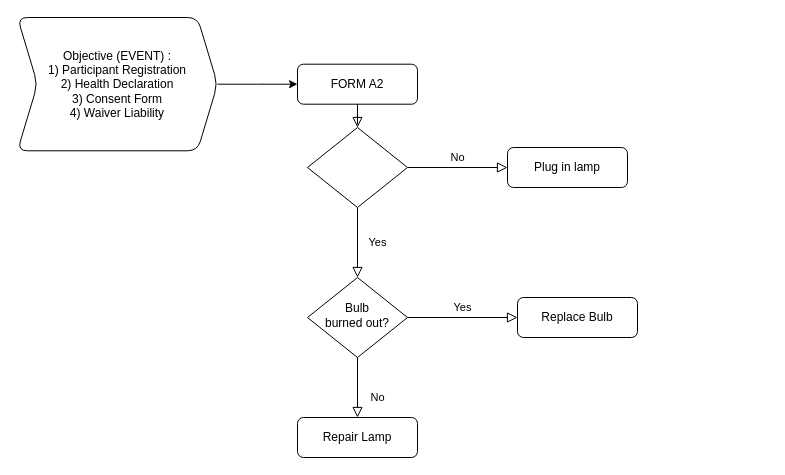
Earlier version of the draw.io diagram Untitled Diagram.drawio (afirdaus04/REACHflowchart). Source tidied: cells renumbered, new cells numbered last; positions are measured from the earlier drawing's top-left corner, leaving out a move shared by most shapes. Both pictures are drawn from the tidied source at 100%, with x=0, y=0 at pixel (17, 17).
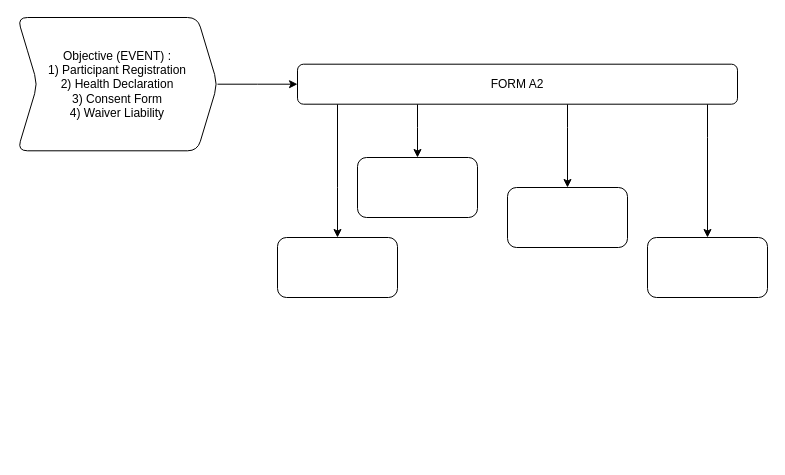
Above is the later version.

Change to the diagram source:
```diff
@@
 <mxGraphModel>
   <root>
     <mxCell id="0" />
     <mxCell id="1" parent="0" />
-    <mxCell id="2" style="rounded=0;html=1;jettySize=auto;fontSize=11;endArrow=block;endFill=0;endSize=8;strokeWidth=1;shadow=0;labelBackgroundColor=none;edgeStyle=orthogonalEdgeStyle;" parent="1" edge="1" source="3" target="6">
-      <mxGeometry relative="1" as="geometry" />
-    </mxCell>
+    <mxCell id="15" style="edgeStyle=orthogonalEdgeStyle;rounded=0;jettySize=auto;html=1;entryX=0.5;entryY=0;entryDx=0;entryDy=0;" parent="1" edge="1" source="3" target="19">
+      <mxGeometry relative="1" as="geometry">
+        <Array as="points">
+          <mxPoint x="320" y="170" />
+          <mxPoint x="320" y="170" />
+        </Array>
+      </mxGeometry>
+    </mxCell>
+    <mxCell id="16" style="edgeStyle=orthogonalEdgeStyle;rounded=0;jettySize=auto;html=1;entryX=0.5;entryY=0;entryDx=0;entryDy=0;" parent="1" edge="1" source="3" target="20">
+      <mxGeometry relative="1" as="geometry">
+        <Array as="points">
+          <mxPoint x="400" y="110" />
+          <mxPoint x="400" y="110" />
+        </Array>
+      </mxGeometry>
+    </mxCell>
+    <mxCell id="17" style="edgeStyle=orthogonalEdgeStyle;rounded=0;jettySize=auto;html=1;entryX=0.5;entryY=0;entryDx=0;entryDy=0;" parent="1" edge="1" source="3" target="21">
+      <mxGeometry relative="1" as="geometry">
+        <Array as="points">
+          <mxPoint x="690" y="120" />
+          <mxPoint x="690" y="120" />
+        </Array>
+      </mxGeometry>
+    </mxCell>
+    <mxCell id="18" style="edgeStyle=orthogonalEdgeStyle;rounded=0;jettySize=auto;html=1;" parent="1" edge="1" source="3" target="22">
+      <mxGeometry relative="1" as="geometry">
+        <Array as="points">
+          <mxPoint x="550" y="110" />
+          <mxPoint x="550" y="110" />
+        </Array>
+      </mxGeometry>
+    </mxCell>
     <mxCell id="3" value="FORM A2" style="rounded=1;whiteSpace=wrap;html=1;fontSize=12;glass=0;strokeWidth=1;shadow=0;" parent="1" vertex="1">
-      <mxGeometry x="280" y="46.7" width="120" height="40" as="geometry" />
+      <mxGeometry x="280" y="46.7" width="440" height="40" as="geometry" />
     </mxCell>
-    <mxCell id="4" value="Yes" style="rounded=0;html=1;jettySize=auto;fontSize=11;endArrow=block;endFill=0;endSize=8;strokeWidth=1;shadow=0;labelBackgroundColor=none;edgeStyle=orthogonalEdgeStyle;" parent="1" edge="1" source="6" target="10">
-      <mxGeometry y="20" relative="1" as="geometry" />
-    </mxCell>
-    <mxCell id="5" value="No" style="edgeStyle=orthogonalEdgeStyle;rounded=0;html=1;jettySize=auto;fontSize=11;endArrow=block;endFill=0;endSize=8;strokeWidth=1;shadow=0;labelBackgroundColor=none;" parent="1" edge="1" source="6" target="7">
-      <mxGeometry y="10" relative="1" as="geometry" />
-    </mxCell>
-    <mxCell id="6" style="rhombus;whiteSpace=wrap;html=1;shadow=0;fontFamily=Helvetica;fontSize=12;align=center;strokeWidth=1;spacing=6;spacingTop=-4;" parent="1" vertex="1">
-      <mxGeometry x="290" y="110" width="100" height="80" as="geometry" />
-    </mxCell>
-    <mxCell id="7" value="Plug in lamp" style="rounded=1;whiteSpace=wrap;html=1;fontSize=12;glass=0;strokeWidth=1;shadow=0;" parent="1" vertex="1">
-      <mxGeometry x="490" y="130" width="120" height="40" as="geometry" />
-    </mxCell>
-    <mxCell id="8" value="No" style="rounded=0;html=1;jettySize=auto;fontSize=11;endArrow=block;endFill=0;endSize=8;strokeWidth=1;shadow=0;labelBackgroundColor=none;edgeStyle=orthogonalEdgeStyle;" parent="1" edge="1" source="10" target="11">
-      <mxGeometry x="0.33" y="20" relative="1" as="geometry" />
-    </mxCell>
-    <mxCell id="9" value="Yes" style="edgeStyle=orthogonalEdgeStyle;rounded=0;html=1;jettySize=auto;fontSize=11;endArrow=block;endFill=0;endSize=8;strokeWidth=1;shadow=0;labelBackgroundColor=none;" parent="1" edge="1" source="10" target="12">
-      <mxGeometry y="10" relative="1" as="geometry" />
-    </mxCell>
-    <mxCell id="10" value="Bulb&lt;br&gt;burned out?" style="rhombus;whiteSpace=wrap;html=1;shadow=0;fontFamily=Helvetica;fontSize=12;align=center;strokeWidth=1;spacing=6;spacingTop=-4;" parent="1" vertex="1">
-      <mxGeometry x="290" y="260" width="100" height="80" as="geometry" />
-    </mxCell>
-    <mxCell id="11" value="Repair Lamp" style="rounded=1;whiteSpace=wrap;html=1;fontSize=12;glass=0;strokeWidth=1;shadow=0;" parent="1" vertex="1">
-      <mxGeometry x="280" y="400" width="120" height="40" as="geometry" />
-    </mxCell>
-    <mxCell id="12" value="Replace Bulb" style="rounded=1;whiteSpace=wrap;html=1;fontSize=12;glass=0;strokeWidth=1;shadow=0;" parent="1" vertex="1">
-      <mxGeometry x="500" y="280" width="120" height="40" as="geometry" />
-    </mxCell>
     <mxCell id="13" style="edgeStyle=orthogonalEdgeStyle;rounded=0;jettySize=auto;html=1;" parent="1" edge="1" source="14" target="3">
       <mxGeometry relative="1" as="geometry" />
     </mxCell>
     <mxCell id="14" value="Objective (EVENT) :&lt;br&gt;1) Participant Registration&lt;br&gt;2) Health Declaration&lt;br&gt;3) Consent Form&lt;br&gt;4) Waiver Liability" style="shape=step;perimeter=stepPerimeter;whiteSpace=wrap;html=1;fixedSize=1;rounded=1;glass=0;strokeWidth=1;shadow=0;" parent="1" vertex="1">
       <mxGeometry width="200" height="133.3" as="geometry" />
     </mxCell>
+    <mxCell id="19" style="rounded=1;whiteSpace=wrap;html=1;glass=0;strokeWidth=1;shadow=0;" parent="1" vertex="1">
+      <mxGeometry x="260" y="220" width="120" height="60" as="geometry" />
+    </mxCell>
+    <mxCell id="20" style="rounded=1;whiteSpace=wrap;html=1;glass=0;strokeWidth=1;shadow=0;" parent="1" vertex="1">
+      <mxGeometry x="340" y="140" width="120" height="60" as="geometry" />
+    </mxCell>
+    <mxCell id="21" style="rounded=1;whiteSpace=wrap;html=1;glass=0;strokeWidth=1;shadow=0;" parent="1" vertex="1">
+      <mxGeometry x="630" y="220" width="120" height="60" as="geometry" />
+    </mxCell>
+    <mxCell id="22" style="rounded=1;whiteSpace=wrap;html=1;glass=0;strokeWidth=1;shadow=0;" parent="1" vertex="1">
+      <mxGeometry x="490" y="170" width="120" height="60" as="geometry" />
+    </mxCell>
   </root>
 </mxGraphModel>
```
